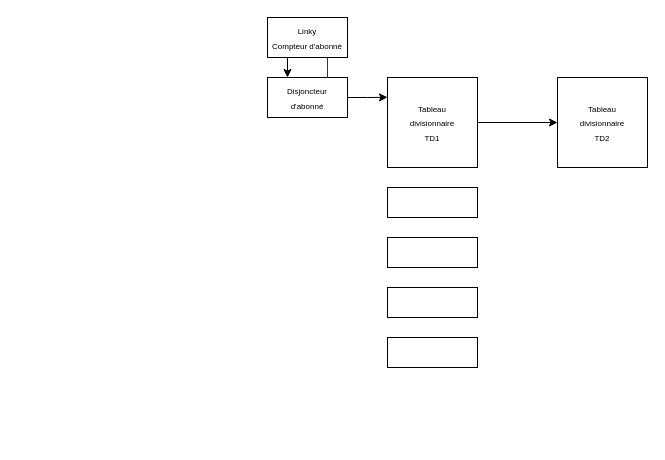
legeekpratique/Alpha keeps this draw.io diagram as Elec-asques.drawio. Above is the earlier version. Source tidied: cells renumbered, new cells numbered last; positions are measured from the earlier drawing's top-left corner, leaving out a move shared by most shapes. Both pictures are drawn from the tidied source at 100%, with x=0, y=0 at pixel (267, 17).
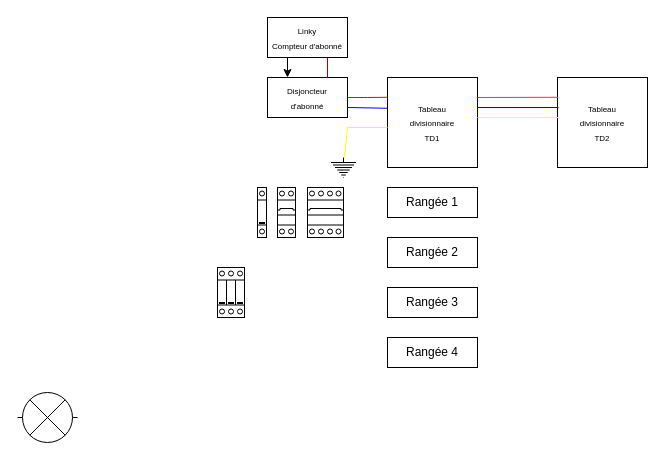
After the change.

Commit message:
Ajout fils de couleur

The change refers to these unchanged cells:
```xml
<mxCell id="3" value="&lt;span style=&quot;font-size: 8px;&quot;&gt;Disjoncteur&lt;/span&gt;&lt;div&gt;&lt;span style=&quot;font-size: 8px;&quot;&gt;d'abonné&lt;/span&gt;&lt;/div&gt;" style="rounded=0;whiteSpace=wrap;html=1;" parent="1" vertex="1">
  <mxGeometry y="60" width="80" height="40" as="geometry" />
</mxCell>
<mxCell id="5" value="&lt;font style=&quot;font-size: 8px;&quot;&gt;Tableau &lt;br&gt;divisionnaire &lt;br&gt;TD1&lt;/font&gt;" style="whiteSpace=wrap;html=1;" parent="1" vertex="1">
  <mxGeometry x="120" y="60" width="90" height="90" as="geometry" />
</mxCell>
<mxCell id="6" value="&lt;font style=&quot;font-size: 8px;&quot;&gt;Tableau &lt;br&gt;divisionnaire &lt;br&gt;TD2&lt;/font&gt;" style="whiteSpace=wrap;html=1;" parent="1" vertex="1">
  <mxGeometry x="290" y="60" width="90" height="90" as="geometry" />
</mxCell>
```

What changed in the source:
```diff
@@
-    <mxCell id="2" style="edgeStyle=orthogonalEdgeStyle;rounded=0;jettySize=auto;html=1;exitX=1;exitY=0.5;exitDx=0;exitDy=0;" parent="1" edge="1" source="3">
+    <mxCell id="2" style="edgeStyle=orthogonalEdgeStyle;rounded=0;jettySize=auto;html=1;exitX=1;exitY=0.5;exitDx=0;exitDy=0;strokeColor=#FF0000;endArrow=none;startFill=0;" parent="1" edge="1" source="3">
       <mxGeometry relative="1" as="geometry">
         <mxPoint x="120" y="79.8" as="targetPoint" />
       </mxGeometry>
     </mxCell>
@@
-    <mxCell id="4" style="edgeStyle=orthogonalEdgeStyle;rounded=0;jettySize=auto;html=1;" parent="1" edge="1" source="5" target="6">
-      <mxGeometry relative="1" as="geometry" />
-    </mxCell>
@@
-    <mxCell id="7" style="rounded=0;whiteSpace=wrap;html=1;" parent="1" vertex="1">
+    <mxCell id="7" value="Rangée 1" style="rounded=0;whiteSpace=wrap;html=1;" parent="1" vertex="1">
       <mxGeometry x="120" y="170" width="90" height="30" as="geometry" />
     </mxCell>
-    <mxCell id="8" style="rounded=0;whiteSpace=wrap;html=1;" parent="1" vertex="1">
+    <mxCell id="8" value="Rangée 2" style="rounded=0;whiteSpace=wrap;html=1;" parent="1" vertex="1">
       <mxGeometry x="120" y="220" width="90" height="30" as="geometry" />
     </mxCell>
-    <mxCell id="9" style="rounded=0;whiteSpace=wrap;html=1;" parent="1" vertex="1">
+    <mxCell id="9" value="Rangée 3" style="rounded=0;whiteSpace=wrap;html=1;" parent="1" vertex="1">
       <mxGeometry x="120" y="270" width="90" height="30" as="geometry" />
     </mxCell>
-    <mxCell id="10" style="rounded=0;whiteSpace=wrap;html=1;" parent="1" vertex="1">
+    <mxCell id="10" value="Rangée 4" style="rounded=0;whiteSpace=wrap;html=1;" parent="1" vertex="1">
       <mxGeometry x="120" y="320" width="90" height="30" as="geometry" />
     </mxCell>
@@
+    <mxCell id="14" style="edgeStyle=none;rounded=0;jettySize=auto;html=1;exitX=1;exitY=0.75;exitDx=0;exitDy=0;entryX=-0.005;entryY=0.342;entryDx=0;entryDy=0;entryPerimeter=0;strokeColor=#0000FF;endArrow=none;startFill=0;" parent="1" edge="1" source="3" target="5">
+      <mxGeometry relative="1" as="geometry" />
+    </mxCell>
+    <mxCell id="15" style="endArrow=none;html=1;rounded=0;strokeColor=#FFFF00;" parent="1" edge="1" source="25">
+      <mxGeometry relative="1" as="geometry">
+        <mxPoint x="120" y="110" as="targetPoint" />
+        <Array as="points">
+          <mxPoint x="80" y="110" />
+        </Array>
+      </mxGeometry>
+    </mxCell>
+    <mxCell id="16" style="endArrow=none;html=1;rounded=0;entryX=0.006;entryY=0.22;entryDx=0;entryDy=0;entryPerimeter=0;strokeColor=#FF3333;" parent="1" edge="1" target="6">
+      <mxGeometry relative="1" as="geometry">
+        <mxPoint x="210" y="80" as="sourcePoint" />
+      </mxGeometry>
+    </mxCell>
+    <mxCell id="17" style="endArrow=none;html=1;rounded=0;entryX=0.006;entryY=0.22;entryDx=0;entryDy=0;entryPerimeter=0;strokeColor=#0000FF;" parent="1" edge="1">
+      <mxGeometry relative="1" as="geometry">
+        <mxPoint x="210" y="90" as="sourcePoint" />
+        <mxPoint x="291" y="90" as="targetPoint" />
+      </mxGeometry>
+    </mxCell>
+    <mxCell id="18" style="endArrow=none;html=1;rounded=0;entryX=0.006;entryY=0.22;entryDx=0;entryDy=0;entryPerimeter=0;strokeColor=#FFFF33;" parent="1" edge="1">
+      <mxGeometry relative="1" as="geometry">
+        <mxPoint x="210" y="100" as="sourcePoint" />
+        <mxPoint x="291" y="100" as="targetPoint" />
+      </mxGeometry>
+    </mxCell>
+    <mxCell id="19" style="verticalLabelPosition=bottom;dashed=0;shadow=0;html=1;align=center;verticalAlign=top;shape=mxgraph.cabinets.cb_4p;" parent="1" vertex="1">
+      <mxGeometry x="40" y="170" width="36" height="50" as="geometry" />
+    </mxCell>
+    <mxCell id="20" style="verticalLabelPosition=bottom;dashed=0;shadow=0;html=1;align=center;verticalAlign=top;shape=mxgraph.cabinets.surge_protection_1p;" parent="1" vertex="1">
+      <mxGeometry x="-10" y="170" width="9" height="50" as="geometry" />
+    </mxCell>
+    <mxCell id="21" style="verticalLabelPosition=bottom;dashed=0;shadow=0;html=1;align=center;verticalAlign=top;shape=mxgraph.cabinets.cb_2p;" parent="1" vertex="1">
+      <mxGeometry x="10" y="170" width="18" height="50" as="geometry" />
+    </mxCell>
+    <mxCell id="22" style="verticalLabelPosition=bottom;dashed=0;shadow=0;html=1;align=center;verticalAlign=top;shape=mxgraph.cabinets.surge_protection_3p;" parent="1" vertex="1">
+      <mxGeometry x="-50" y="250" width="27" height="50" as="geometry" />
+    </mxCell>
+    <mxCell id="23" style="verticalLabelPosition=bottom;shadow=0;dashed=0;align=center;html=1;verticalAlign=top;shape=mxgraph.electrical.miscellaneous.light_bulb;" parent="1" vertex="1">
+      <mxGeometry x="-250" y="375" width="60" height="50" as="geometry" />
+    </mxCell>
+    <mxCell id="24" style="endArrow=none;html=1;rounded=0;strokeColor=#FFFF00;" parent="1" edge="1" target="25">
+      <mxGeometry relative="1" as="geometry">
+        <mxPoint x="80" y="160" as="sourcePoint" />
+      </mxGeometry>
+    </mxCell>
+    <mxCell id="25" style="verticalLabelPosition=bottom;shadow=0;dashed=0;align=center;html=1;verticalAlign=top;shape=mxgraph.electrical.signal_sources.protective_earth;" parent="1" vertex="1">
+      <mxGeometry x="63.5" y="140" width="25" height="20" as="geometry" />
+    </mxCell>
```
